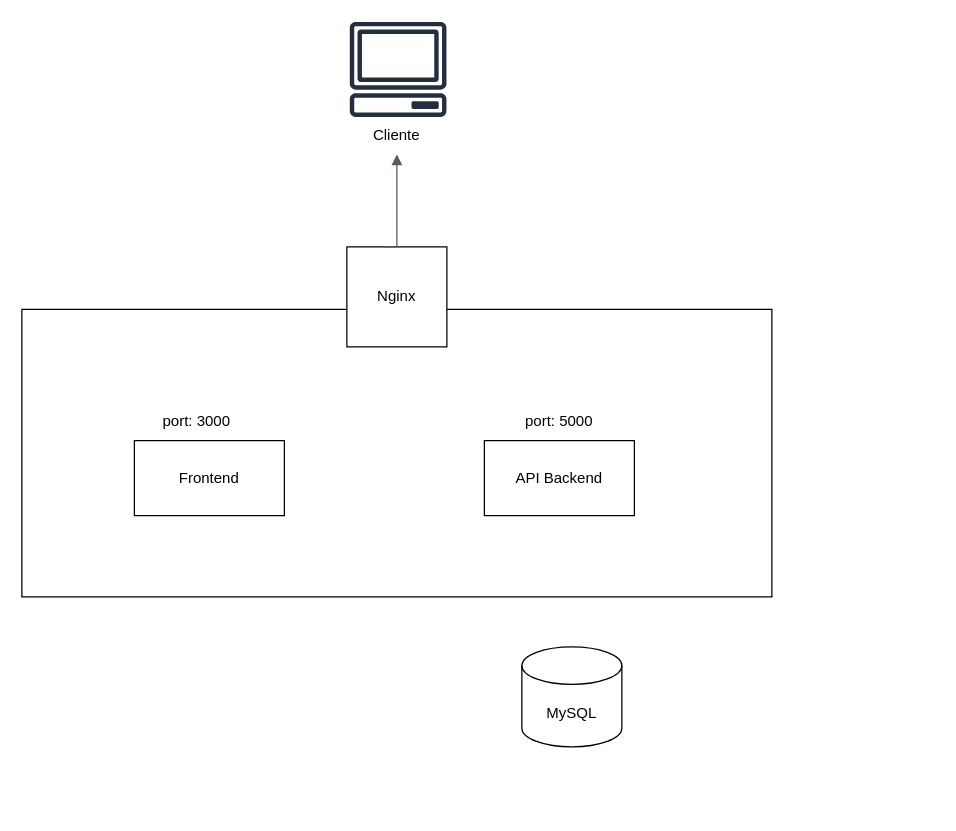
Earlier version of the draw.io diagram diagrama-despliegue.drawio (nina011/bpmn_vi_semestre). Source tidied: cells renumbered, new cells numbered last; positions are measured from the earlier drawing's top-left corner, leaving out a move shared by most shapes. Both pictures are drawn from the tidied source at 125%, with x=0, y=0 at pixel (21, 21).
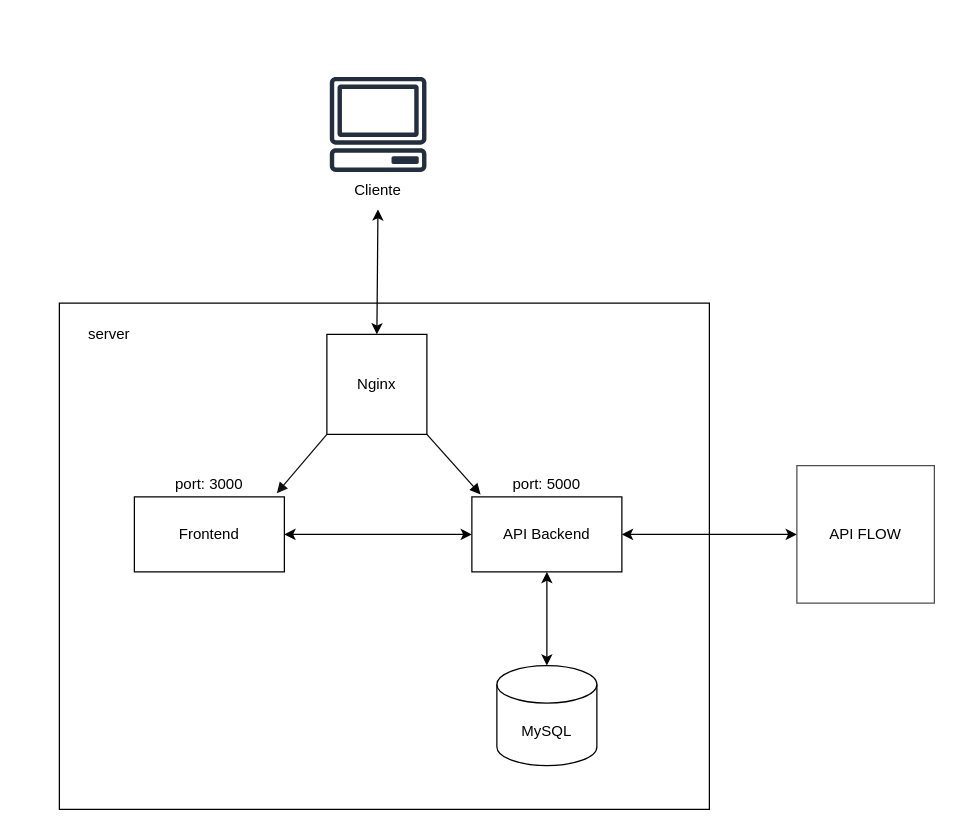
Above is the later version.

What changed in the source:
```diff
@@
 <mxGraphModel>
   <root>
     <mxCell id="0" />
     <mxCell id="1" parent="0" />
     <mxCell id="2" style="rounded=0;whiteSpace=wrap;html=1;" parent="1" vertex="1">
-      <mxGeometry y="230" width="600" height="230" as="geometry" />
+      <mxGeometry x="30" y="225" width="520" height="405" as="geometry" />
     </mxCell>
     <mxCell id="3" value="MySQL" style="shape=cylinder3;whiteSpace=wrap;html=1;boundedLbl=1;backgroundOutline=1;size=15;" parent="1" vertex="1">
-      <mxGeometry x="400" y="500" width="80" height="80" as="geometry" />
+      <mxGeometry x="380" y="515" width="80" height="80" as="geometry" />
     </mxCell>
     <mxCell id="4" value="API Backend" style="rounded=0;whiteSpace=wrap;html=1;" parent="1" vertex="1">
-      <mxGeometry x="370" y="335" width="120" height="60" as="geometry" />
+      <mxGeometry x="360" y="380" width="120" height="60" as="geometry" />
     </mxCell>
     <mxCell id="5" value="Frontend" style="rounded=0;whiteSpace=wrap;html=1;" parent="1" vertex="1">
-      <mxGeometry x="90" y="335" width="120" height="60" as="geometry" />
+      <mxGeometry x="90" y="380" width="120" height="60" as="geometry" />
     </mxCell>
     <mxCell id="6" value="port: 5000" style="text;html=1;strokeColor=none;fillColor=none;align=center;verticalAlign=middle;whiteSpace=wrap;rounded=0;" parent="1" vertex="1">
-      <mxGeometry x="400" y="305" width="60" height="30" as="geometry" />
+      <mxGeometry x="390" y="355" width="60" height="30" as="geometry" />
     </mxCell>
     <mxCell id="7" value="port: 3000" style="text;html=1;strokeColor=none;fillColor=none;align=center;verticalAlign=middle;whiteSpace=wrap;rounded=0;" parent="1" vertex="1">
-      <mxGeometry x="110" y="305" width="60" height="30" as="geometry" />
+      <mxGeometry x="120" y="355" width="60" height="30" as="geometry" />
     </mxCell>
     <mxCell id="8" style="sketch=0;fontColor=#232F3E;gradientColor=none;fillColor=#232F3E;strokeColor=none;dashed=0;verticalLabelPosition=bottom;verticalAlign=top;align=center;html=1;fontSize=12;fontStyle=0;shape=mxgraph.aws4.client;" parent="1" vertex="1">
-      <mxGeometry x="262" width="78" height="76" as="geometry" />
+      <mxGeometry x="246" y="44" width="78" height="76" as="geometry" />
     </mxCell>
     <mxCell id="9" value="Cliente" style="text;html=1;strokeColor=none;fillColor=none;align=center;verticalAlign=middle;whiteSpace=wrap;rounded=0;" parent="1" vertex="1">
-      <mxGeometry x="270" y="76" width="60" height="30" as="geometry" />
+      <mxGeometry x="255" y="120" width="60" height="30" as="geometry" />
     </mxCell>
     <mxCell id="10" style="whiteSpace=wrap;html=1;" parent="1" vertex="1">
-      <mxGeometry x="260" y="180" width="80" height="80" as="geometry" />
+      <mxGeometry x="244" y="250" width="80" height="80" as="geometry" />
     </mxCell>
     <mxCell id="11" value="Nginx" style="text;html=1;strokeColor=none;fillColor=none;align=center;verticalAlign=middle;whiteSpace=wrap;rounded=0;" parent="1" vertex="1">
-      <mxGeometry x="270" y="205" width="60" height="30" as="geometry" />
+      <mxGeometry x="254" y="275" width="60" height="30" as="geometry" />
     </mxCell>
-    <mxCell id="12" style="edgeStyle=orthogonalEdgeStyle;html=1;endArrow=none;elbow=vertical;startArrow=block;startFill=1;strokeColor=#545B64;rounded=0;exitX=0.5;exitY=1;exitDx=0;exitDy=0;entryX=0.375;entryY=0;entryDx=0;entryDy=0;entryPerimeter=0;" parent="1" edge="1" source="9" target="10">
-      <mxGeometry relative="1" as="geometry">
-        <Array as="points">
-          <mxPoint x="300" y="180" />
-        </Array>
-      </mxGeometry>
-    </mxCell>
+    <mxCell id="13" value="server" style="text;html=1;strokeColor=none;fillColor=none;align=center;verticalAlign=middle;whiteSpace=wrap;rounded=0;opacity=70;" parent="1" vertex="1">
+      <mxGeometry x="40" y="235" width="60" height="30" as="geometry" />
+    </mxCell>
+    <mxCell id="14" style="html=1;endArrow=none;elbow=vertical;startArrow=block;startFill=1;strokeColor=#0F1012;rounded=0;exitX=0.95;exitY=-0.05;exitDx=0;exitDy=0;entryX=0;entryY=1;entryDx=0;entryDy=0;exitPerimeter=0;entryPerimeter=0;" parent="1" edge="1" source="5" target="10">
+      <mxGeometry relative="1" as="geometry" />
+    </mxCell>
+    <mxCell id="15" value="API FLOW" style="whiteSpace=wrap;html=1;strokeWidth=1;fillColor=#FFFFFF;gradientColor=none;opacity=70;" parent="1" vertex="1">
+      <mxGeometry x="620" y="355" width="110" height="110" as="geometry" />
+    </mxCell>
+    <mxCell id="16" style="html=1;endArrow=none;elbow=vertical;startArrow=block;startFill=1;strokeColor=#040505;rounded=0;entryX=1;entryY=1;entryDx=0;entryDy=0;exitX=0.058;exitY=-0.033;exitDx=0;exitDy=0;exitPerimeter=0;" parent="1" edge="1" source="4" target="10">
+      <mxGeometry relative="1" as="geometry" />
+    </mxCell>
+    <mxCell id="17" style="endArrow=classic;startArrow=classic;html=1;rounded=0;exitX=1;exitY=0.5;exitDx=0;exitDy=0;entryX=0;entryY=0.5;entryDx=0;entryDy=0;" parent="1" edge="1" source="4" target="15">
+      <mxGeometry relative="1" as="geometry" />
+    </mxCell>
+    <mxCell id="18" style="endArrow=classic;startArrow=classic;html=1;rounded=0;exitX=0.5;exitY=0;exitDx=0;exitDy=0;" parent="1" edge="1" source="10" target="9">
+      <mxGeometry relative="1" as="geometry" />
+    </mxCell>
+    <mxCell id="19" style="endArrow=classic;startArrow=classic;html=1;rounded=0;exitX=1;exitY=0.5;exitDx=0;exitDy=0;entryX=0;entryY=0.5;entryDx=0;entryDy=0;" parent="1" edge="1" source="5" target="4">
+      <mxGeometry relative="1" as="geometry" />
+    </mxCell>
+    <mxCell id="20" style="endArrow=classic;startArrow=classic;html=1;rounded=0;exitX=0.5;exitY=1;exitDx=0;exitDy=0;entryX=0.5;entryY=0;entryDx=0;entryDy=0;entryPerimeter=0;" parent="1" edge="1" source="4" target="3">
+      <mxGeometry relative="1" as="geometry" />
+    </mxCell>
   </root>
 </mxGraphModel>
```
